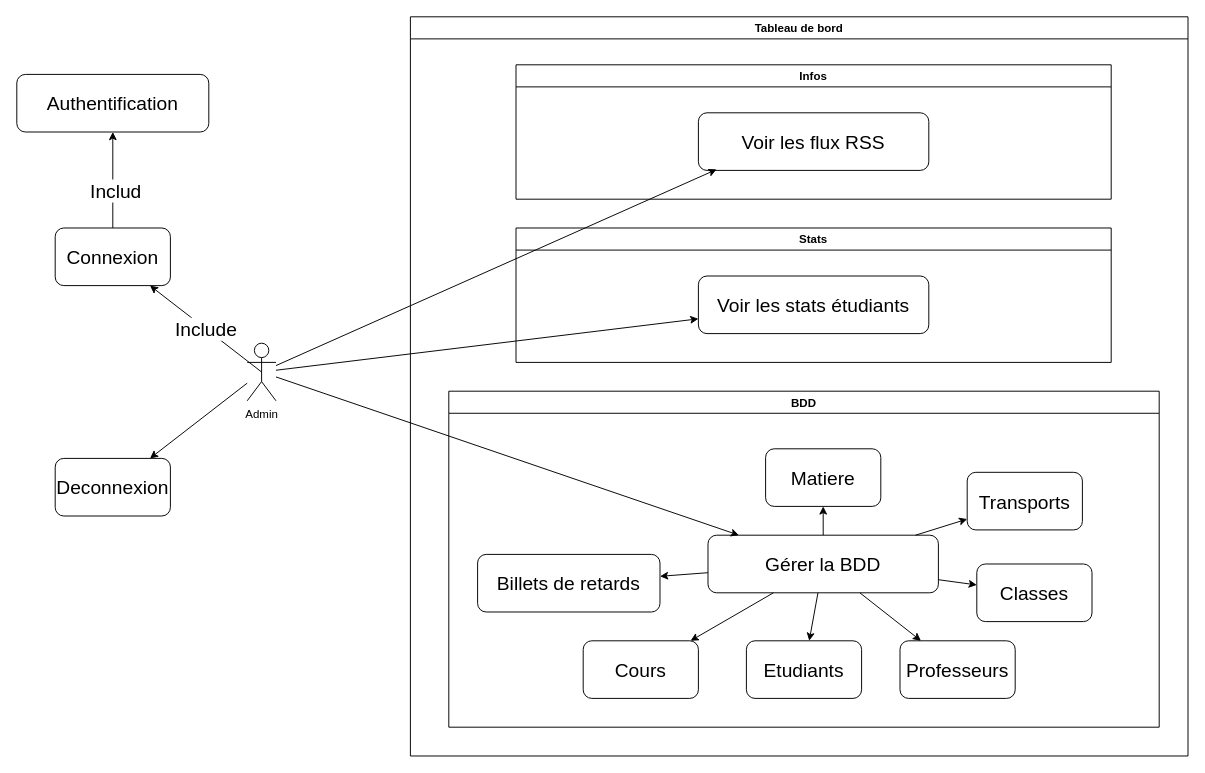
Before: DCU_admin.drawio in LePetitMoka/Retards-ecole, a draw.io diagram. Source tidied: cells renumbered, new cells numbered last; positions are measured from the earlier drawing's top-left corner, leaving out a move shared by most shapes. Both pictures are drawn from the tidied source at 96%, with x=0, y=0 at pixel (16, 16).
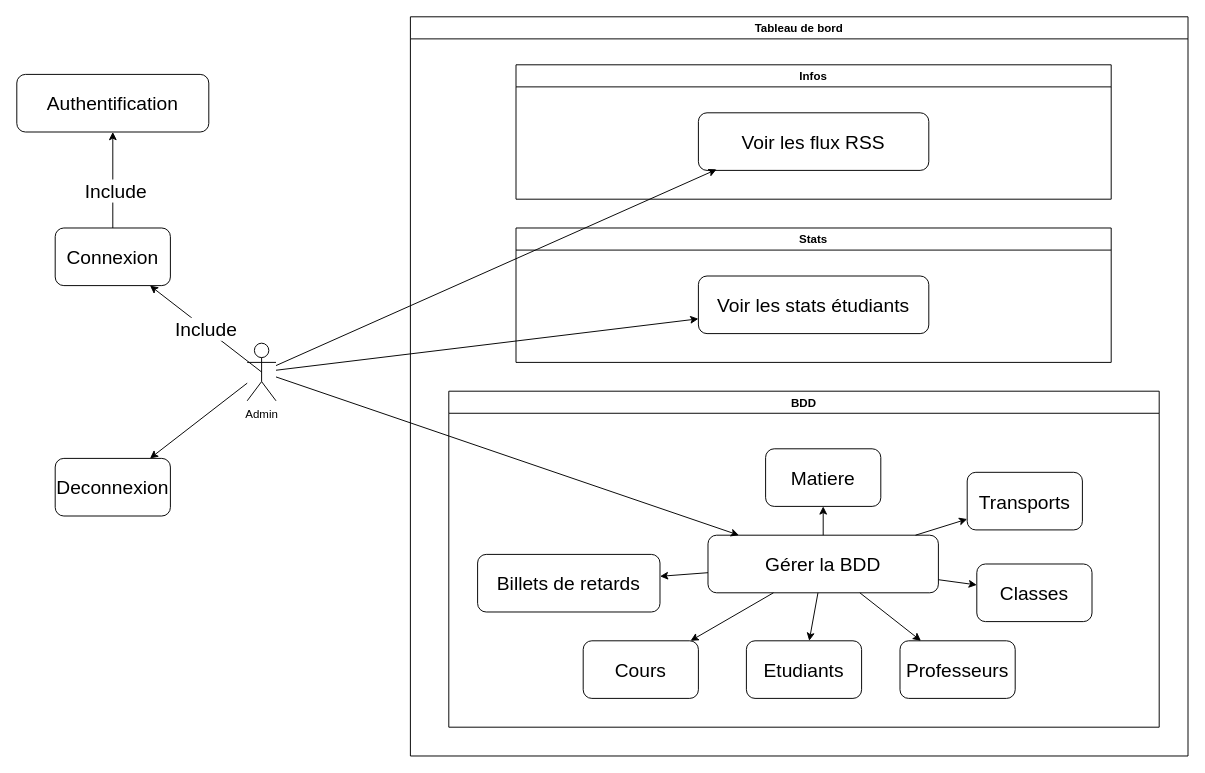
After the change.

Commit message:
Mettre à jour DCU_admin.drawio

Unchanged cells that the change refers to:
```xml
<mxCell id="3" style="edgeStyle=orthogonalEdgeStyle;rounded=0;jettySize=auto;html=1;fontSize=20;" parent="1" edge="1" source="5" target="6">
  <mxGeometry relative="1" as="geometry" />
</mxCell>
```

Diff of the diagram source:
```diff
@@
-    <mxCell id="4" value="Includ" style="edgeLabel;html=1;align=center;verticalAlign=middle;fontSize=20;" parent="3" vertex="1">
+    <mxCell id="4" value="Include" style="edgeLabel;html=1;align=center;verticalAlign=middle;fontSize=20;" parent="3" vertex="1">
       <mxGeometry x="-0.2" y="-2" relative="1" as="geometry" />
     </mxCell>
```
